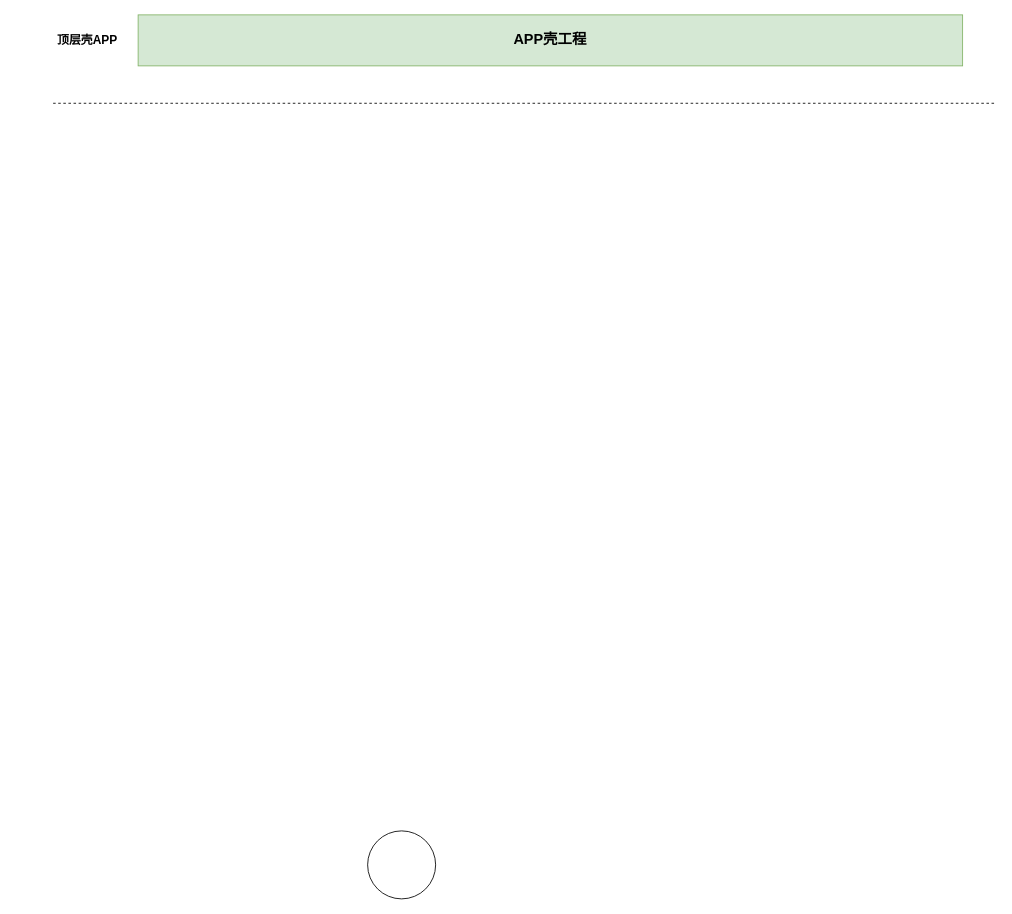
Earlier version of the draw.io diagram Untitled Diagram.drawio (123yangu/private_tool). Source tidied: cells renumbered, new cells numbered last; positions are measured from the earlier drawing's top-left corner, leaving out a move shared by most shapes. Both pictures are drawn from the tidied source at 85%, with x=0, y=0 at pixel (48, 14).
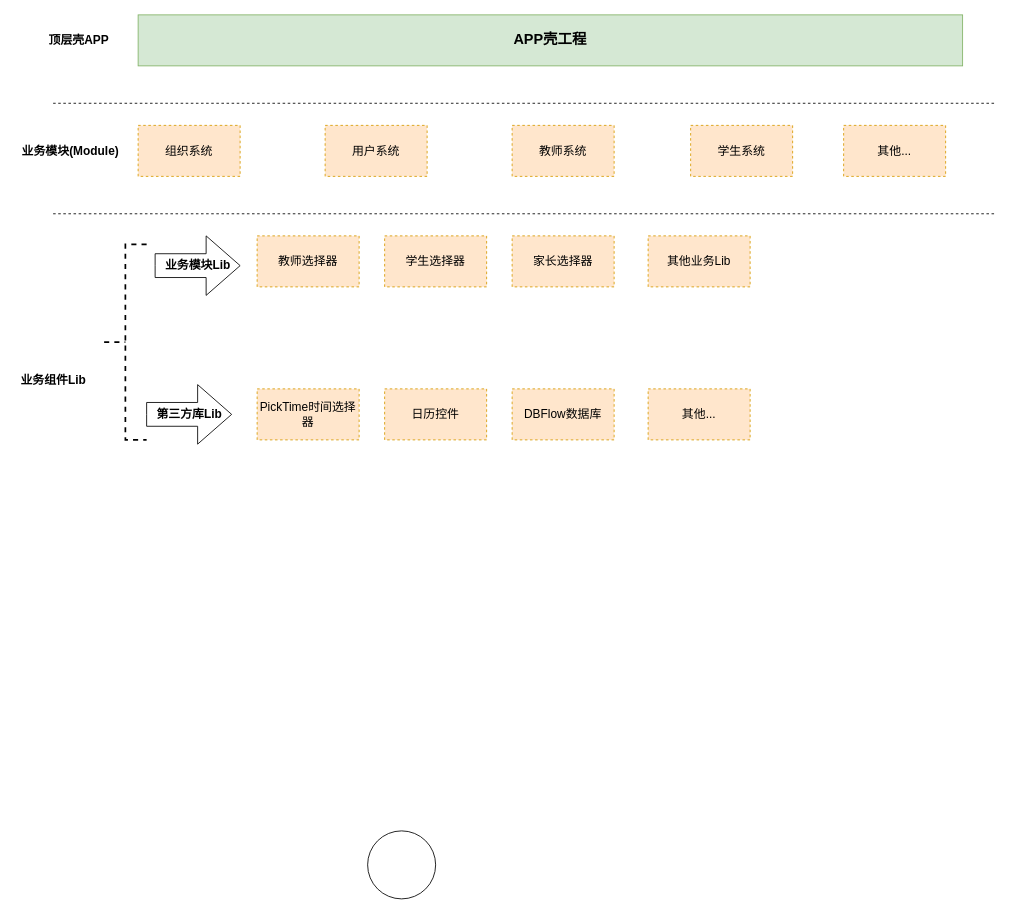
The same page after the edit.

Diff of the diagram source:
```diff
@@
     <mxCell id="4" value="顶层壳APP" style="text;html=1;align=center;verticalAlign=middle;fontStyle=1;fontSize=14;" parent="1" vertex="1">
-      <mxGeometry y="20" width="90" height="20" as="geometry" />
+      <mxGeometry x="-10" y="20" width="90" height="20" as="geometry" />
     </mxCell>
@@
+    <mxCell id="6" value="&lt;b&gt;业务模块(Module)&lt;/b&gt;" style="text;html=1;align=center;verticalAlign=middle;fontSize=14;" parent="1" vertex="1">
+      <mxGeometry x="-40" y="150" width="130" height="20" as="geometry" />
+    </mxCell>
+    <mxCell id="7" value="教师系统" style="rounded=0;whiteSpace=wrap;html=1;dashed=1;fontSize=14;fillColor=#ffe6cc;strokeColor=#d79b00;" parent="1" vertex="1">
+      <mxGeometry x="545" y="130" width="120" height="60" as="geometry" />
+    </mxCell>
+    <mxCell id="8" value="学生系统" style="rounded=0;whiteSpace=wrap;html=1;dashed=1;fontSize=14;fillColor=#ffe6cc;strokeColor=#d79b00;" parent="1" vertex="1">
+      <mxGeometry x="755" y="130" width="120" height="60" as="geometry" />
+    </mxCell>
+    <mxCell id="9" value="组织系统" style="rounded=0;whiteSpace=wrap;html=1;dashed=1;fontSize=14;fillColor=#ffe6cc;strokeColor=#d79b00;" parent="1" vertex="1">
+      <mxGeometry x="105" y="130" width="120" height="60" as="geometry" />
+    </mxCell>
+    <mxCell id="10" value="用户系统" style="rounded=0;whiteSpace=wrap;html=1;dashed=1;fontSize=14;fillColor=#ffe6cc;strokeColor=#d79b00;" parent="1" vertex="1">
+      <mxGeometry x="325" y="130" width="120" height="60" as="geometry" />
+    </mxCell>
+    <mxCell id="11" value="其他..." style="rounded=0;whiteSpace=wrap;html=1;dashed=1;fontSize=14;fillColor=#ffe6cc;strokeColor=#d79b00;" parent="1" vertex="1">
+      <mxGeometry x="935" y="130" width="120" height="60" as="geometry" />
+    </mxCell>
+    <mxCell id="12" style="line;strokeWidth=1;fillColor=none;align=left;verticalAlign=middle;spacingTop=-1;spacingLeft=3;spacingRight=3;labelPosition=right;fontSize=14;dashed=1;" parent="1" vertex="1">
+      <mxGeometry x="5" y="230" width="1110" height="8" as="geometry" />
+    </mxCell>
+    <mxCell id="13" value="教师选择器" style="rounded=0;whiteSpace=wrap;html=1;dashed=1;fontSize=14;fillColor=#ffe6cc;strokeColor=#d79b00;" parent="1" vertex="1">
+      <mxGeometry x="245" y="260" width="120" height="60" as="geometry" />
+    </mxCell>
+    <mxCell id="14" value="&lt;b&gt;业务组件Lib&lt;/b&gt;" style="text;html=1;align=center;verticalAlign=middle;fontSize=14;" parent="1" vertex="1">
+      <mxGeometry x="-40" y="420" width="90" height="20" as="geometry" />
+    </mxCell>
+    <mxCell id="15" style="strokeWidth=2;html=1;shape=mxgraph.flowchart.annotation_2;align=left;labelPosition=right;dashed=1;fontSize=14;" parent="1" vertex="1">
+      <mxGeometry x="65" y="270" width="50" height="230" as="geometry" />
+    </mxCell>
+    <mxCell id="16" value="&lt;b&gt;业务模块Lib&lt;/b&gt;" style="html=1;shadow=0;dashed=0;align=center;verticalAlign=middle;shape=mxgraph.arrows2.arrow;dy=0.6;dx=40;notch=0;fontSize=14;" parent="1" vertex="1">
+      <mxGeometry x="125" y="260" width="100" height="70" as="geometry" />
+    </mxCell>
+    <mxCell id="17" value="学生选择器" style="rounded=0;whiteSpace=wrap;html=1;dashed=1;fontSize=14;fillColor=#ffe6cc;strokeColor=#d79b00;" parent="1" vertex="1">
+      <mxGeometry x="395" y="260" width="120" height="60" as="geometry" />
+    </mxCell>
+    <mxCell id="18" value="家长选择器" style="rounded=0;whiteSpace=wrap;html=1;dashed=1;fontSize=14;fillColor=#ffe6cc;strokeColor=#d79b00;" parent="1" vertex="1">
+      <mxGeometry x="545" y="260" width="120" height="60" as="geometry" />
+    </mxCell>
+    <mxCell id="19" value="其他业务Lib" style="rounded=0;whiteSpace=wrap;html=1;dashed=1;fontSize=14;fillColor=#ffe6cc;strokeColor=#d79b00;" parent="1" vertex="1">
+      <mxGeometry x="705" y="260" width="120" height="60" as="geometry" />
+    </mxCell>
+    <mxCell id="20" value="&lt;b&gt;第三方库Lib&lt;/b&gt;" style="html=1;shadow=0;dashed=0;align=center;verticalAlign=middle;shape=mxgraph.arrows2.arrow;dy=0.6;dx=40;notch=0;fontSize=14;" parent="1" vertex="1">
+      <mxGeometry x="115" y="435" width="100" height="70" as="geometry" />
+    </mxCell>
+    <mxCell id="21" value="PickTime时间选择器" style="rounded=0;whiteSpace=wrap;html=1;dashed=1;fontSize=14;fillColor=#ffe6cc;strokeColor=#d79b00;" parent="1" vertex="1">
+      <mxGeometry x="245" y="440" width="120" height="60" as="geometry" />
+    </mxCell>
+    <mxCell id="22" value="日历控件" style="rounded=0;whiteSpace=wrap;html=1;dashed=1;fontSize=14;fillColor=#ffe6cc;strokeColor=#d79b00;" parent="1" vertex="1">
+      <mxGeometry x="395" y="440" width="120" height="60" as="geometry" />
+    </mxCell>
+    <mxCell id="23" value="DBFlow数据库" style="rounded=0;whiteSpace=wrap;html=1;dashed=1;fontSize=14;fillColor=#ffe6cc;strokeColor=#d79b00;" parent="1" vertex="1">
+      <mxGeometry x="545" y="440" width="120" height="60" as="geometry" />
+    </mxCell>
+    <mxCell id="24" value="其他..." style="rounded=0;whiteSpace=wrap;html=1;dashed=1;fontSize=14;fillColor=#ffe6cc;strokeColor=#d79b00;" parent="1" vertex="1">
+      <mxGeometry x="705" y="440" width="120" height="60" as="geometry" />
+    </mxCell>
```
